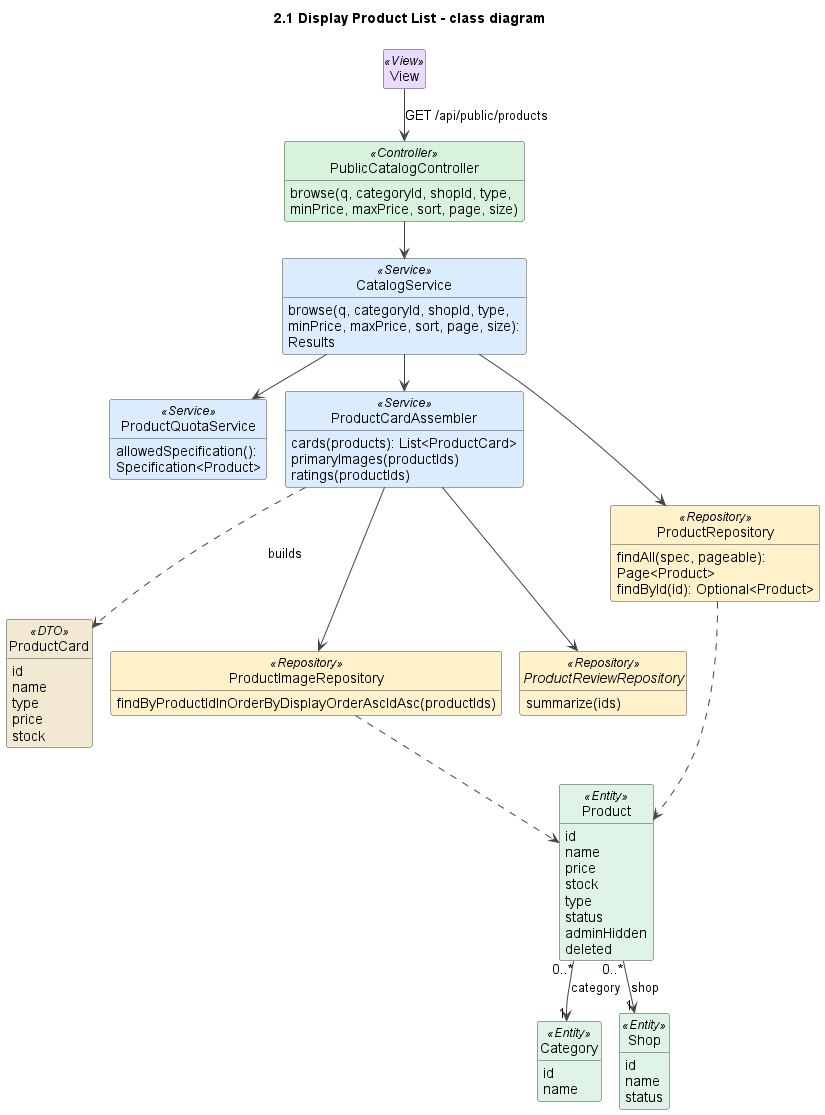
This is docs/sds/2.1-product-list-class.png from duckpao/FlowerShop_SWP391, a PlantUML export, as it was before one commit.
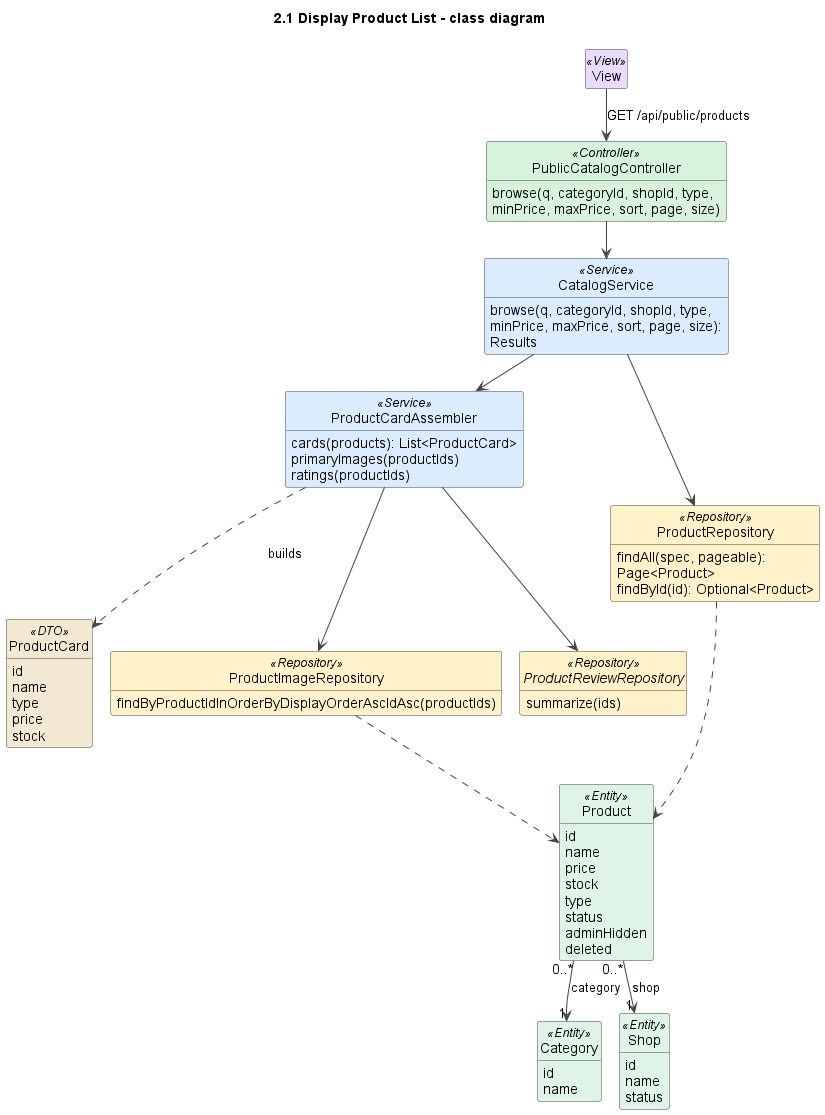
After the change.

What changed in the source:
```diff
@@ -28,9 +28,6 @@
 }
 class CatalogService <<Service>> {
   browse(q, categoryId, shopId, type, minPrice, maxPrice, sort, page, size): Results
-}
-class ProductQuotaService <<Service>> {
-  allowedSpecification(): Specification<Product>
 }
 class ProductCardAssembler <<Service>> {
   cards(products): List<ProductCard>
@@ -76,7 +73,6 @@
 
 View --> PublicCatalogController : GET /api/public/products
 PublicCatalogController --> CatalogService
-CatalogService --> ProductQuotaService
 CatalogService --> ProductRepository
 CatalogService --> ProductCardAssembler
 ProductCardAssembler ..> ProductCard : builds
```
